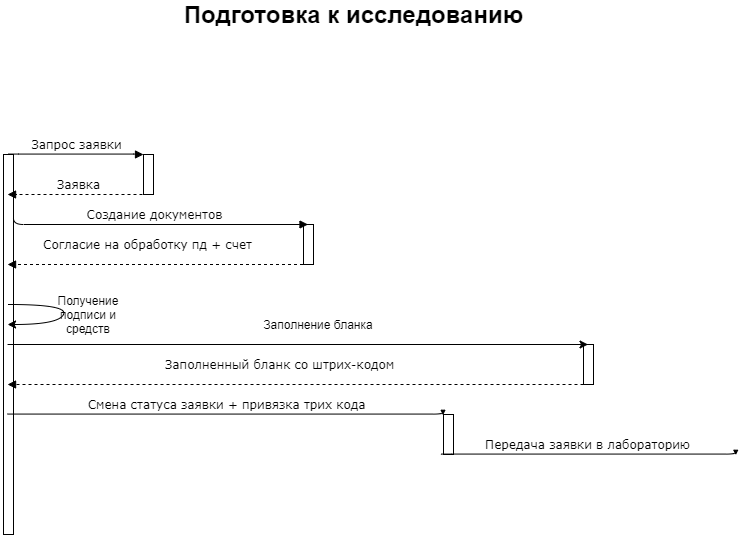
mariarheon/LaboratoryService keeps this draw.io diagram as Process3.png. Above is the earlier version. Source tidied: cells renumbered, new cells last; positions are measured from the earlier drawing's top-left corner, leaving out a move shared by most shapes.
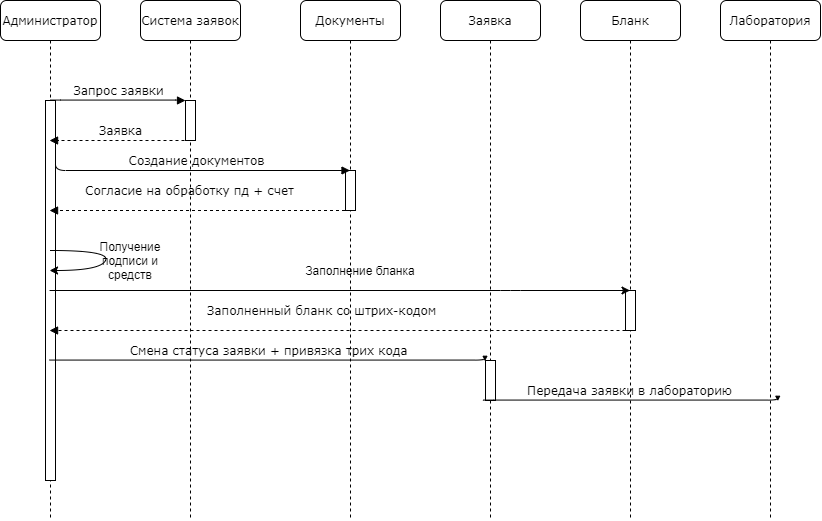
After the change.

What changed in the source:
```diff
@@ -2,97 +2,107 @@
   <root>
     <mxCell id="0" />
     <mxCell id="1" parent="0" />
-    <mxCell id="2" style="html=1;perimeter=orthogonalPerimeter;rounded=0;shadow=0;comic=0;labelBackgroundColor=none;strokeWidth=1;fontFamily=Verdana;fontSize=12;align=center;" parent="1" vertex="1">
-      <mxGeometry x="140" y="150" width="10" height="40" as="geometry" />
+    <mxCell id="2" value="Система заявок" style="shape=umlLifeline;perimeter=lifelinePerimeter;whiteSpace=wrap;html=1;rounded=1;shadow=0;comic=0;labelBackgroundColor=none;strokeWidth=1;fontFamily=Verdana;fontSize=12;align=center;" parent="1" vertex="1">
+      <mxGeometry x="95" y="50" width="100" height="520" as="geometry" />
     </mxCell>
-    <mxCell id="3" style="html=1;perimeter=orthogonalPerimeter;rounded=0;shadow=0;comic=0;labelBackgroundColor=none;strokeWidth=1;fontFamily=Verdana;fontSize=12;align=center;" parent="1" vertex="1">
-      <mxGeometry x="300" y="220" width="10" height="40" as="geometry" />
+    <mxCell id="3" style="html=1;perimeter=orthogonalPerimeter;rounded=0;shadow=0;comic=0;labelBackgroundColor=none;strokeWidth=1;fontFamily=Verdana;fontSize=12;align=center;" parent="2" vertex="1">
+      <mxGeometry x="45" y="100" width="10" height="40" as="geometry" />
     </mxCell>
-    <mxCell id="4" style="html=1;points=[];perimeter=orthogonalPerimeter;rounded=0;shadow=0;comic=0;labelBackgroundColor=none;strokeWidth=1;fontFamily=Verdana;fontSize=12;align=center;" parent="1" vertex="1">
-      <mxGeometry x="440" y="410" width="10" height="40" as="geometry" />
+    <mxCell id="4" value="Документы" style="shape=umlLifeline;perimeter=lifelinePerimeter;whiteSpace=wrap;html=1;outlineConnect=0;rounded=1;shadow=0;comic=0;labelBackgroundColor=none;strokeWidth=1;fontFamily=Verdana;fontSize=12;align=center;" parent="1" vertex="1">
+      <mxGeometry x="255" y="50" width="100" height="520" as="geometry" />
     </mxCell>
-    <mxCell id="5" style="html=1;perimeter=orthogonalPerimeter;rounded=0;shadow=0;comic=0;labelBackgroundColor=none;strokeWidth=1;fontFamily=Verdana;fontSize=12;align=center;" parent="1" vertex="1">
-      <mxGeometry x="580" y="340" width="10" height="40" as="geometry" />
+    <mxCell id="5" style="html=1;perimeter=orthogonalPerimeter;rounded=0;shadow=0;comic=0;labelBackgroundColor=none;strokeWidth=1;fontFamily=Verdana;fontSize=12;align=center;" parent="4" vertex="1">
+      <mxGeometry x="45" y="170" width="10" height="40" as="geometry" />
     </mxCell>
-    <mxCell id="6" style="html=1;points=[];perimeter=orthogonalPerimeter;rounded=0;shadow=0;comic=0;labelBackgroundColor=none;strokeWidth=1;fontFamily=Verdana;fontSize=12;align=center;" parent="1" vertex="1">
-      <mxGeometry y="150" width="10" height="380" as="geometry" />
+    <mxCell id="6" value="Заявка" style="shape=umlLifeline;perimeter=lifelinePerimeter;whiteSpace=wrap;html=1;outlineConnect=0;rounded=1;shadow=0;comic=0;labelBackgroundColor=none;strokeWidth=1;fontFamily=Verdana;fontSize=12;align=center;" parent="1" vertex="1">
+      <mxGeometry x="395" y="50" width="100" height="520" as="geometry" />
     </mxCell>
-    <mxCell id="7" value="Запрос заявки" style="html=1;verticalAlign=bottom;endArrow=block;entryX=0;entryY=0;labelBackgroundColor=none;fontFamily=Verdana;fontSize=12;edgeStyle=elbowEdgeStyle;elbow=vertical;" parent="1" edge="1" source="6">
-      <mxGeometry relative="1" as="geometry">
-        <mxPoint x="140" y="150" as="targetPoint" />
-      </mxGeometry>
+    <mxCell id="7" style="html=1;perimeter=orthogonalPerimeter;rounded=0;shadow=0;comic=0;labelBackgroundColor=none;strokeWidth=1;fontFamily=Verdana;fontSize=12;align=center;" parent="6" vertex="1">
+      <mxGeometry x="45" y="360" width="10" height="40" as="geometry" />
     </mxCell>
-    <mxCell id="8" value="Заявка" style="html=1;verticalAlign=bottom;endArrow=block;labelBackgroundColor=none;fontFamily=Verdana;dashed=1;fontSize=12;edgeStyle=elbowEdgeStyle;elbow=vertical;" parent="1" edge="1">
-      <mxGeometry relative="1" as="geometry">
-        <mxPoint x="145" y="190" as="sourcePoint" />
-        <mxPoint x="4.1" y="190" as="targetPoint" />
-        <Array as="points">
-          <mxPoint x="145" y="190" />
-        </Array>
-      </mxGeometry>
+    <mxCell id="8" value="Бланк" style="shape=umlLifeline;perimeter=lifelinePerimeter;whiteSpace=wrap;html=1;outlineConnect=0;rounded=1;shadow=0;comic=0;labelBackgroundColor=none;strokeWidth=1;fontFamily=Verdana;fontSize=12;align=center;" parent="1" vertex="1">
+      <mxGeometry x="535" y="50" width="100" height="520" as="geometry" />
     </mxCell>
-    <mxCell id="9" value="&lt;font style=&quot;font-size: 24px&quot;&gt;&lt;b&gt;Подготовка к исследованию&lt;/b&gt;&lt;/font&gt;" style="text;html=1;align=center;verticalAlign=middle;" parent="1" vertex="1">
-      <mxGeometry x="175" width="350" height="20" as="geometry" />
+    <mxCell id="9" style="html=1;perimeter=orthogonalPerimeter;rounded=0;shadow=0;comic=0;labelBackgroundColor=none;strokeWidth=1;fontFamily=Verdana;fontSize=12;align=center;" parent="8" vertex="1">
+      <mxGeometry x="45" y="290" width="10" height="40" as="geometry" />
     </mxCell>
-    <mxCell id="10" value="Создание документов" style="html=1;verticalAlign=bottom;endArrow=block;labelBackgroundColor=none;fontFamily=Verdana;fontSize=12;edgeStyle=elbowEdgeStyle;elbow=vertical;exitX=1;exitY=0.152;exitDx=0;exitDy=0;exitPerimeter=0;" parent="1" edge="1" source="6">
-      <mxGeometry relative="1" as="geometry">
-        <mxPoint x="304.5" y="220" as="targetPoint" />
-        <Array as="points">
-          <mxPoint x="55" y="220" />
-        </Array>
-      </mxGeometry>
+    <mxCell id="10" value="Лаборатория" style="shape=umlLifeline;perimeter=lifelinePerimeter;whiteSpace=wrap;html=1;rounded=1;shadow=0;comic=0;labelBackgroundColor=none;strokeWidth=1;fontFamily=Verdana;fontSize=12;align=center;" parent="1" vertex="1">
+      <mxGeometry x="675" y="50" width="100" height="520" as="geometry" />
     </mxCell>
-    <mxCell id="11" value="Согласие на обработку пд + счет" style="html=1;verticalAlign=bottom;endArrow=block;labelBackgroundColor=none;fontFamily=Verdana;fontSize=12;edgeStyle=elbowEdgeStyle;dashed=1;elbow=vertical;" parent="1" edge="1">
-      <mxGeometry x="0.07" y="-10" relative="1" as="geometry">
-        <mxPoint x="305.5" y="260" as="sourcePoint" />
-        <mxPoint x="4.1" y="260" as="targetPoint" />
-        <Array as="points">
-          <mxPoint x="305.5" y="260" />
-        </Array>
-      </mxGeometry>
+    <mxCell id="11" value="Администратор" style="shape=umlLifeline;perimeter=lifelinePerimeter;whiteSpace=wrap;html=1;outlineConnect=0;rounded=1;shadow=0;comic=0;labelBackgroundColor=none;strokeWidth=1;fontFamily=Verdana;fontSize=12;align=center;" parent="1" vertex="1">
+      <mxGeometry x="-45" y="50" width="100" height="520" as="geometry" />
     </mxCell>
-    <mxCell id="12" style="curved=1;endArrow=classic;html=1;" parent="1" edge="1">
-      <mxGeometry relative="1" as="geometry">
-        <mxPoint x="5" y="300" as="sourcePoint" />
-        <mxPoint x="4.1" y="320" as="targetPoint" />
-        <Array as="points">
-          <mxPoint x="65" y="300" />
-          <mxPoint x="55" y="320" />
-        </Array>
-      </mxGeometry>
+    <mxCell id="12" style="html=1;points=[];perimeter=orthogonalPerimeter;rounded=0;shadow=0;comic=0;labelBackgroundColor=none;strokeWidth=1;fontFamily=Verdana;fontSize=12;align=center;" parent="11" vertex="1">
+      <mxGeometry x="45" y="100" width="10" height="380" as="geometry" />
     </mxCell>
-    <mxCell id="13" value="Получение подписи и средств" style="text;html=1;strokeColor=none;fillColor=none;align=center;verticalAlign=middle;whiteSpace=wrap;rounded=0;" parent="1" vertex="1">
-      <mxGeometry x="65" y="300" width="40" height="20" as="geometry" />
+    <mxCell id="13" value="Запрос заявки" style="html=1;verticalAlign=bottom;endArrow=block;entryX=0;entryY=0;labelBackgroundColor=none;fontFamily=Verdana;fontSize=12;edgeStyle=elbowEdgeStyle;elbow=vertical;" parent="1" edge="1" source="12">
+      <mxGeometry relative="1" as="geometry">
+        <mxPoint x="140" y="150" as="targetPoint" />
+      </mxGeometry>
     </mxCell>
-    <mxCell id="14" style="endArrow=classic;html=1;" parent="1" edge="1">
+    <mxCell id="14" value="Заявка" style="html=1;verticalAlign=bottom;endArrow=block;labelBackgroundColor=none;fontFamily=Verdana;dashed=1;fontSize=12;edgeStyle=elbowEdgeStyle;elbow=vertical;" parent="1" edge="1" target="11">
       <mxGeometry relative="1" as="geometry">
-        <mxPoint x="4.1" y="340" as="sourcePoint" />
-        <mxPoint x="584.5" y="340" as="targetPoint" />
+        <mxPoint x="145" y="190" as="sourcePoint" />
+        <Array as="points">
+          <mxPoint x="145" y="190" />
+        </Array>
       </mxGeometry>
     </mxCell>
-    <mxCell id="15" value="Заполнение бланка" style="text;html=1;strokeColor=none;fillColor=none;align=center;verticalAlign=middle;whiteSpace=wrap;rounded=0;" parent="1" vertex="1">
-      <mxGeometry x="235" y="310" width="160" height="20" as="geometry" />
+    <mxCell id="15" value="Создание документов" style="html=1;verticalAlign=bottom;endArrow=block;labelBackgroundColor=none;fontFamily=Verdana;fontSize=12;edgeStyle=elbowEdgeStyle;elbow=vertical;exitX=1;exitY=0.152;exitDx=0;exitDy=0;exitPerimeter=0;" parent="1" edge="1" source="12" target="4">
+      <mxGeometry relative="1" as="geometry">
+        <Array as="points">
+          <mxPoint x="55" y="220" />
+        </Array>
+      </mxGeometry>
     </mxCell>
-    <mxCell id="16" value="Заполненный бланк со штрих-кодом" style="html=1;verticalAlign=bottom;endArrow=block;labelBackgroundColor=none;fontFamily=Verdana;fontSize=12;edgeStyle=elbowEdgeStyle;elbow=vertical;dashed=1;" parent="1" edge="1">
+    <mxCell id="16" value="Согласие на обработку пд + счет" style="html=1;verticalAlign=bottom;endArrow=block;labelBackgroundColor=none;fontFamily=Verdana;fontSize=12;edgeStyle=elbowEdgeStyle;dashed=1;elbow=vertical;" parent="1" edge="1" target="11">
       <mxGeometry x="0.07" y="-10" relative="1" as="geometry">
-        <mxPoint x="586" y="380" as="sourcePoint" />
-        <mxPoint x="4.1" y="380" as="targetPoint" />
+        <mxPoint x="305.5" y="260" as="sourcePoint" />
         <Array as="points">
-          <mxPoint x="586" y="380" />
+          <mxPoint x="305.5" y="260" />
         </Array>
       </mxGeometry>
     </mxCell>
-    <mxCell id="17" value="Смена статуса заявки + привязка трих кода" style="html=1;verticalAlign=bottom;endArrow=block;labelBackgroundColor=none;fontFamily=Verdana;fontSize=12;edgeStyle=elbowEdgeStyle;elbow=vertical;" parent="1" edge="1">
+    <mxCell id="17" style="curved=1;endArrow=classic;html=1;" parent="1" edge="1" target="11">
       <mxGeometry relative="1" as="geometry">
-        <mxPoint x="4.1" y="409.6" as="sourcePoint" />
-        <mxPoint x="439.5" y="410.1" as="targetPoint" />
+        <mxPoint x="5" y="300" as="sourcePoint" />
+        <Array as="points">
+          <mxPoint x="65" y="300" />
+          <mxPoint x="55" y="320" />
+        </Array>
       </mxGeometry>
     </mxCell>
-    <mxCell id="18" value="Передача заявки в лабораторию" style="html=1;verticalAlign=bottom;endArrow=block;labelBackgroundColor=none;fontFamily=Verdana;fontSize=12;edgeStyle=elbowEdgeStyle;elbow=vertical;exitX=1;exitY=0.152;exitDx=0;exitDy=0;exitPerimeter=0;" parent="1" edge="1">
-      <mxGeometry relative="1" as="geometry">
-        <mxPoint x="437.8" y="450" as="sourcePoint" />
-        <mxPoint x="732.2" y="450.1" as="targetPoint" />
-      </mxGeometry>
+    <mxCell id="18" value="Получение подписи и средств" style="text;html=1;strokeColor=none;fillColor=none;align=center;verticalAlign=middle;whiteSpace=wrap;rounded=0;" parent="1" vertex="1">
+      <mxGeometry x="65" y="300" width="40" height="20" as="geometry" />
     </mxCell>
+    <mxCell id="19" style="endArrow=classic;html=1;" parent="1" edge="1" source="11" target="8">
+      <mxGeometry relative="1" as="geometry">
+        <Array as="points">
+          <mxPoint x="465" y="340" />
+        </Array>
+      </mxGeometry>
+    </mxCell>
+    <mxCell id="20" value="Заполнение бланка" style="text;html=1;strokeColor=none;fillColor=none;align=center;verticalAlign=middle;whiteSpace=wrap;rounded=0;" parent="1" vertex="1">
+      <mxGeometry x="235" y="310" width="160" height="20" as="geometry" />
+    </mxCell>
+    <mxCell id="21" value="Заполненный бланк со штрих-кодом" style="html=1;verticalAlign=bottom;endArrow=block;labelBackgroundColor=none;fontFamily=Verdana;fontSize=12;edgeStyle=elbowEdgeStyle;elbow=vertical;dashed=1;" parent="1" edge="1" target="11">
+      <mxGeometry x="0.07" y="-10" relative="1" as="geometry">
+        <mxPoint x="586" y="380" as="sourcePoint" />
+        <Array as="points">
+          <mxPoint x="586" y="380" />
+        </Array>
+      </mxGeometry>
+    </mxCell>
+    <mxCell id="22" value="Смена статуса заявки + привязка трих кода" style="html=1;verticalAlign=bottom;endArrow=block;labelBackgroundColor=none;fontFamily=Verdana;fontSize=12;edgeStyle=elbowEdgeStyle;elbow=vertical;" parent="1" edge="1" source="11">
+      <mxGeometry relative="1" as="geometry">
+        <mxPoint x="439.5" y="410.1" as="targetPoint" />
+      </mxGeometry>
+    </mxCell>
+    <mxCell id="23" value="Передача заявки в лабораторию" style="html=1;verticalAlign=bottom;endArrow=block;labelBackgroundColor=none;fontFamily=Verdana;fontSize=12;edgeStyle=elbowEdgeStyle;elbow=vertical;exitX=1;exitY=0.152;exitDx=0;exitDy=0;exitPerimeter=0;" parent="1" edge="1">
+      <mxGeometry relative="1" as="geometry">
+        <mxPoint x="437.8" y="450" as="sourcePoint" />
+        <mxPoint x="732.2" y="450.1" as="targetPoint" />
+      </mxGeometry>
+    </mxCell>
   </root>
 </mxGraphModel>
```
